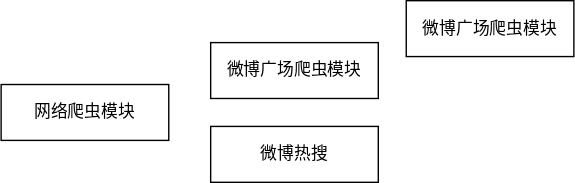
Before: 爬虫模块drawio.svg, a diagram exported from draw.io (hikari0217/hikari). Source tidied: cells renumbered, new cells last; positions are measured from the earlier drawing's top-left corner, leaving out a move shared by most shapes.
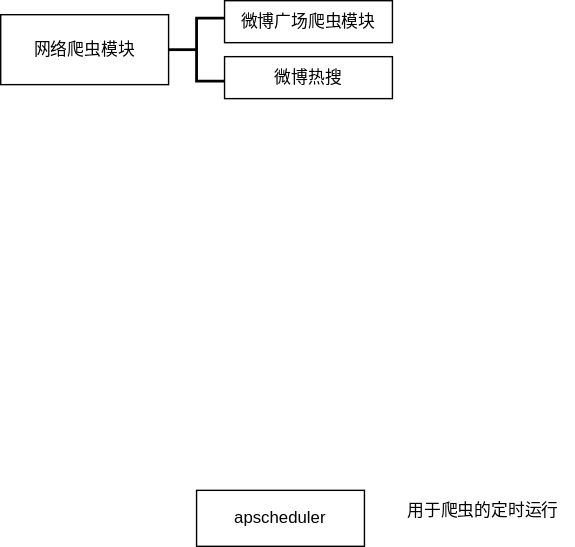
The same diagram one commit later.

Commit message:
更新爬虫模块drawio.svg

Diff of the diagram source:
```diff
@@ -3,16 +3,22 @@
     <mxCell id="0" />
     <mxCell id="1" parent="0" />
     <mxCell id="2" value="网络爬虫模块" style="rounded=0;whiteSpace=wrap;html=1;" parent="1" vertex="1">
-      <mxGeometry y="60" width="120" height="40" as="geometry" />
+      <mxGeometry x="10" y="-60" width="120" height="50" as="geometry" />
     </mxCell>
     <mxCell id="3" value="微博广场爬虫模块" style="rounded=0;whiteSpace=wrap;html=1;" parent="1" vertex="1">
-      <mxGeometry x="150" y="30" width="120" height="40" as="geometry" />
+      <mxGeometry x="170" y="-70" width="120" height="30" as="geometry" />
     </mxCell>
     <mxCell id="4" value="微博热搜" style="rounded=0;whiteSpace=wrap;html=1;" parent="1" vertex="1">
-      <mxGeometry x="150" y="90" width="120" height="40" as="geometry" />
+      <mxGeometry x="170" y="-30" width="120" height="30" as="geometry" />
     </mxCell>
-    <mxCell id="5" value="微博广场爬虫模块" style="rounded=0;whiteSpace=wrap;html=1;" parent="1" vertex="1">
-      <mxGeometry x="290" width="120" height="40" as="geometry" />
-    </mxCell>
+    <mxCell id="6" value="&lt;div style=&quot;&quot;&gt;&lt;pre style=&quot;&quot;&gt;&lt;div style=&quot;&quot;&gt;&lt;pre style=&quot;&quot;&gt;&lt;font face=&quot;Helvetica&quot; style=&quot;font-size: 12px;&quot;&gt;apscheduler&lt;/font&gt;&lt;/pre&gt;&lt;/div&gt;&lt;/pre&gt;&lt;/div&gt;" style="rounded=0;whiteSpace=wrap;html=1;" parent="1" vertex="1">
+      <mxGeometry x="150" y="280" width="120" height="40" as="geometry" />
+    </mxCell>
+    <mxCell id="7" value="用于爬虫的定时运行" style="text;html=1;strokeColor=none;fillColor=none;align=center;verticalAlign=middle;whiteSpace=wrap;rounded=0;" parent="1" vertex="1">
+      <mxGeometry x="290" y="280" width="130" height="30" as="geometry" />
+    </mxCell>
+    <mxCell id="8" style="strokeWidth=2;html=1;shape=mxgraph.flowchart.annotation_2;align=left;labelPosition=right;" parent="1" vertex="1">
+      <mxGeometry x="130" y="-57.5" width="40" height="45" as="geometry" />
+    </mxCell>
   </root>
 </mxGraphModel>
```
